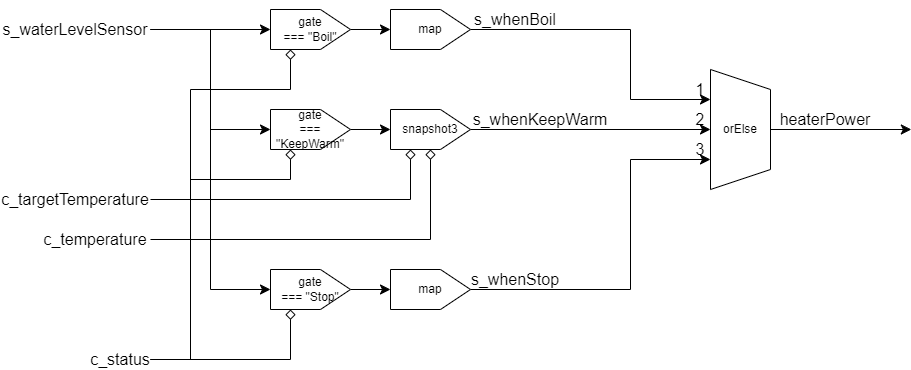
The draw.io diagram images/heaterPower.png in suzuki-taro-unofficial/frpot, before a commit. Source tidied: cells renumbered, new cells last; positions are measured from the earlier drawing's top-left corner, leaving out a move shared by most shapes.
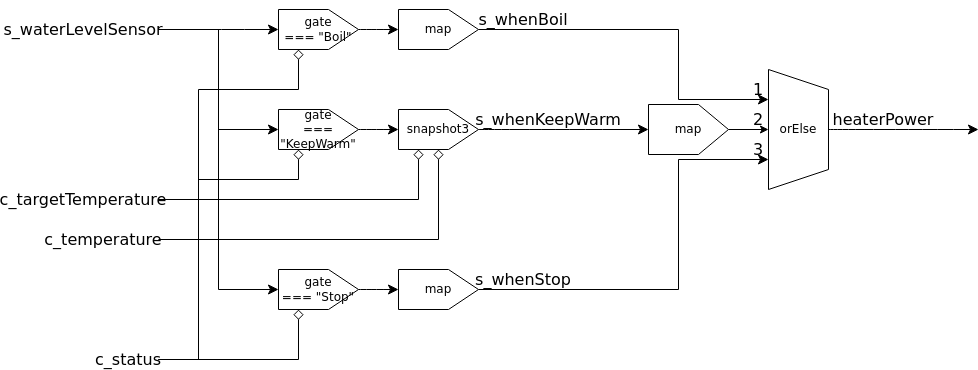
The same file after the commit.

The edit, as a diff of the source:
```diff
@@ -88,8 +88,8 @@
     <mxCell id="17" style="edgeStyle=none;curved=0;rounded=0;jettySize=auto;html=1;exitX=0.5;exitY=1;exitDx=0;exitDy=0;fontSize=12;startSize=8;endSize=8;entryX=0.25;entryY=1;entryDx=0;entryDy=0;" parent="1" edge="1" source="18" target="32">
       <mxGeometry relative="1" as="geometry">
         <Array as="points">
-          <mxPoint x="630" y="20" />
-          <mxPoint x="630" y="90" />
+          <mxPoint x="670" y="20" />
+          <mxPoint x="670" y="90" />
         </Array>
       </mxGeometry>
     </mxCell>
@@ -114,7 +114,7 @@
     <mxCell id="24" value="gate&lt;div&gt;=== &quot;Stop&quot;&lt;/div&gt;" style="shape=offPageConnector;whiteSpace=wrap;html=1;direction=north;" parent="1" vertex="1">
       <mxGeometry x="270" y="260" width="80" height="40" as="geometry" />
     </mxCell>
-    <mxCell id="25" style="edgeStyle=none;curved=1;rounded=0;jettySize=auto;html=1;exitX=0.5;exitY=1;exitDx=0;exitDy=0;entryX=0.5;entryY=1;entryDx=0;entryDy=0;fontSize=12;startSize=8;endSize=8;" parent="1" edge="1" source="26" target="32">
+    <mxCell id="25" style="edgeStyle=none;curved=1;rounded=0;jettySize=auto;html=1;exitX=0.5;exitY=1;exitDx=0;exitDy=0;fontSize=12;startSize=8;endSize=8;entryX=0.5;entryY=0;entryDx=0;entryDy=0;" parent="1" edge="1" source="26" target="38">
       <mxGeometry relative="1" as="geometry" />
     </mxCell>
     <mxCell id="26" value="snapshot3" style="shape=offPageConnector;whiteSpace=wrap;html=1;direction=north;" parent="1" vertex="1">
@@ -123,8 +123,8 @@
     <mxCell id="27" style="edgeStyle=none;curved=0;rounded=0;jettySize=auto;html=1;fontSize=12;startSize=8;endSize=8;entryX=0.75;entryY=1;entryDx=0;entryDy=0;" parent="1" edge="1" source="28" target="32">
       <mxGeometry relative="1" as="geometry">
         <Array as="points">
-          <mxPoint x="630" y="280" />
-          <mxPoint x="630" y="150" />
+          <mxPoint x="670" y="280" />
+          <mxPoint x="670" y="150" />
         </Array>
       </mxGeometry>
     </mxCell>
@@ -139,23 +139,29 @@
     </mxCell>
     <mxCell id="31" style="edgeStyle=none;curved=1;rounded=0;jettySize=auto;html=1;fontSize=12;startSize=8;endSize=8;" parent="1" edge="1" source="32">
       <mxGeometry relative="1" as="geometry">
-        <mxPoint x="910.8" y="120" as="targetPoint" />
+        <mxPoint x="970" y="120" as="targetPoint" />
       </mxGeometry>
     </mxCell>
     <mxCell id="32" value="orElse" style="shape=trapezoid;perimeter=trapezoidPerimeter;whiteSpace=wrap;html=1;fixedSize=1;direction=south;" parent="1" vertex="1">
-      <mxGeometry x="710" y="60" width="60" height="120" as="geometry" />
+      <mxGeometry x="760" y="60" width="60" height="120" as="geometry" />
     </mxCell>
     <mxCell id="33" value="heaterPower" style="text;html=1;align=center;verticalAlign=middle;whiteSpace=wrap;rounded=0;fontSize=16;" parent="1" vertex="1">
-      <mxGeometry x="780" y="100" width="90" height="20" as="geometry" />
+      <mxGeometry x="830" y="100" width="90" height="20" as="geometry" />
     </mxCell>
     <mxCell id="34" value="1" style="text;html=1;align=center;verticalAlign=middle;whiteSpace=wrap;rounded=0;fontSize=16;" parent="1" vertex="1">
-      <mxGeometry x="690" y="70" width="20" height="20" as="geometry" />
+      <mxGeometry x="740" y="70" width="20" height="20" as="geometry" />
     </mxCell>
     <mxCell id="35" value="2" style="text;html=1;align=center;verticalAlign=middle;whiteSpace=wrap;rounded=0;fontSize=16;" parent="1" vertex="1">
-      <mxGeometry x="690" y="100" width="20" height="20" as="geometry" />
+      <mxGeometry x="740" y="100" width="20" height="20" as="geometry" />
     </mxCell>
     <mxCell id="36" value="3" style="text;html=1;align=center;verticalAlign=middle;whiteSpace=wrap;rounded=0;fontSize=16;" parent="1" vertex="1">
-      <mxGeometry x="690" y="130" width="20" height="20" as="geometry" />
+      <mxGeometry x="740" y="130" width="20" height="20" as="geometry" />
     </mxCell>
+    <mxCell id="37" style="edgeStyle=orthogonalEdgeStyle;rounded=0;jettySize=auto;html=1;exitX=0.5;exitY=1;exitDx=0;exitDy=0;" parent="1" edge="1" source="38" target="32">
+      <mxGeometry relative="1" as="geometry" />
+    </mxCell>
+    <mxCell id="38" value="map" style="shape=offPageConnector;whiteSpace=wrap;html=1;direction=north;" parent="1" vertex="1">
+      <mxGeometry x="640" y="95" width="80" height="50" as="geometry" />
+    </mxCell>
   </root>
 </mxGraphModel>
```
